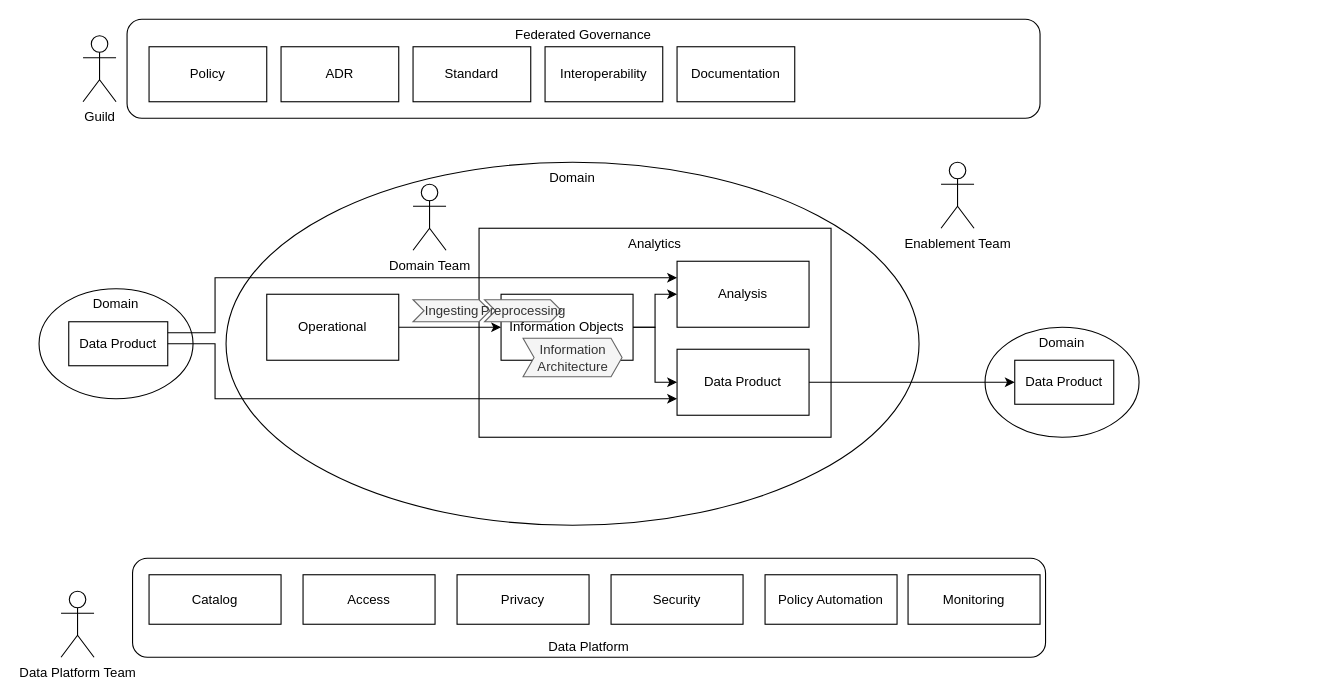
Above: diagrams/datamesharchitecture.drawio in datamesh-architecture/datamesh-architecture.com (draw.io), before the change. Source tidied: cells renumbered, new cells numbered last; positions are measured from the earlier drawing's top-left corner, leaving out a move shared by most shapes. Both pictures are drawn from the tidied source at 110%, with x=0, y=0 at pixel (38, 19).
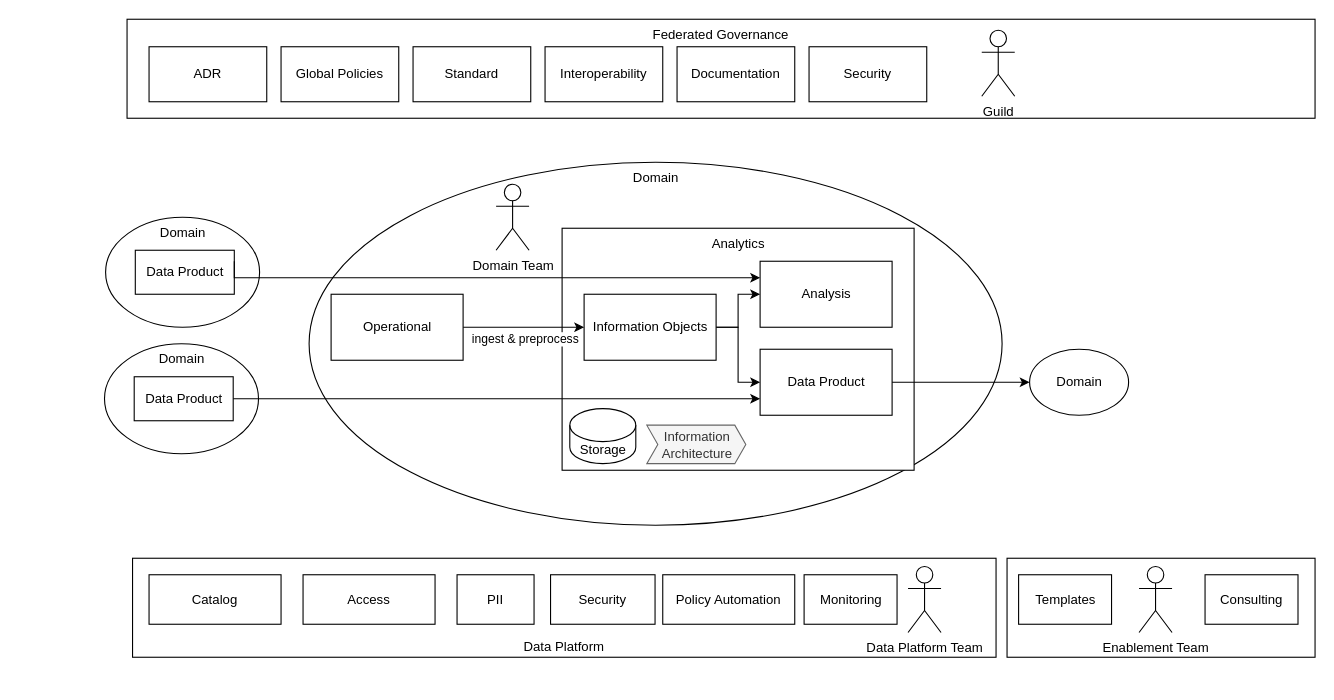
The same diagram, later.

The change refers to these unchanged cells:
```xml
<mxCell id="12" style="edgeStyle=orthogonalEdgeStyle;rounded=0;jettySize=auto;html=1;startArrow=classic;startFill=1;endArrow=none;endFill=0;" parent="1" edge="1" source="13" target="14">
  <mxGeometry relative="1" as="geometry" />
</mxCell>
```

Change to the diagram source:
```diff
@@
+    <mxCell id="38" style="rounded=0;whiteSpace=wrap;html=1;verticalAlign=bottom;" parent="1" vertex="1">
+      <mxGeometry x="880" y="490" width="280" height="90" as="geometry" />
+    </mxCell>
     <mxCell id="2" value="Domain" style="ellipse;whiteSpace=wrap;html=1;verticalAlign=top;" parent="1" vertex="1">
-      <mxGeometry x="170" y="130" width="630" height="330" as="geometry" />
+      <mxGeometry x="245.5" y="130" width="630" height="330" as="geometry" />
     </mxCell>
     <mxCell id="3" value="Analytics" style="rounded=0;whiteSpace=wrap;html=1;verticalAlign=top;" parent="1" vertex="1">
-      <mxGeometry x="400" y="190" width="320" height="190" as="geometry" />
+      <mxGeometry x="475.5" y="190" width="320" height="220" as="geometry" />
     </mxCell>
-    <mxCell id="4" value="Data Platform" style="rounded=1;whiteSpace=wrap;html=1;verticalAlign=bottom;" parent="1" vertex="1">
-      <mxGeometry x="85" y="490" width="830" height="90" as="geometry" />
+    <mxCell id="4" value="Data Platform" style="rounded=0;whiteSpace=wrap;html=1;verticalAlign=bottom;" parent="1" vertex="1">
+      <mxGeometry x="85" y="490" width="785" height="90" as="geometry" />
     </mxCell>
-    <mxCell id="5" value="Federated Governance" style="rounded=1;whiteSpace=wrap;html=1;verticalAlign=top;" parent="1" vertex="1">
-      <mxGeometry x="80" width="830" height="90" as="geometry" />
+    <mxCell id="5" value="Federated Governance" style="rounded=0;whiteSpace=wrap;html=1;verticalAlign=top;" parent="1" vertex="1">
+      <mxGeometry x="80" width="1080" height="90" as="geometry" />
     </mxCell>
     <mxCell id="6" value="Guild" style="shape=umlActor;verticalLabelPosition=bottom;verticalAlign=top;html=1;" parent="1" vertex="1">
-      <mxGeometry x="40" y="15" width="30" height="60" as="geometry" />
+      <mxGeometry x="857" y="10" width="30" height="60" as="geometry" />
     </mxCell>
     <mxCell id="7" value="Domain Team" style="shape=umlActor;verticalLabelPosition=bottom;verticalAlign=top;html=1;" parent="1" vertex="1">
-      <mxGeometry x="340" y="150" width="30" height="60" as="geometry" />
+      <mxGeometry x="415.5" y="150" width="30" height="60" as="geometry" />
     </mxCell>
     <mxCell id="8" value="Data Platform Team" style="shape=umlActor;verticalLabelPosition=bottom;verticalAlign=top;html=1;" parent="1" vertex="1">
-      <mxGeometry x="20" y="520" width="30" height="60" as="geometry" />
+      <mxGeometry x="790" y="497.5" width="30" height="60" as="geometry" />
     </mxCell>
     <mxCell id="9" value="Analysis" style="rounded=0;whiteSpace=wrap;html=1;" parent="1" vertex="1">
-      <mxGeometry x="580" y="220" width="120" height="60" as="geometry" />
+      <mxGeometry x="655.5" y="220" width="120" height="60" as="geometry" />
     </mxCell>
@@
     <mxCell id="11" style="edgeStyle=orthogonalEdgeStyle;rounded=0;jettySize=auto;html=1;entryX=0;entryY=0.5;entryDx=0;entryDy=0;" parent="1" edge="1" source="13" target="16">
       <mxGeometry relative="1" as="geometry">
         <Array as="points">
-          <mxPoint x="560" y="280" />
-          <mxPoint x="560" y="330" />
+          <mxPoint x="635.5" y="280" />
+          <mxPoint x="635.5" y="330" />
         </Array>
       </mxGeometry>
     </mxCell>
@@
+    <mxCell id="39" value="ingest &amp;amp; preprocess" style="edgeLabel;html=1;align=center;verticalAlign=middle;" parent="12" vertex="1">
+      <mxGeometry x="-0.18" y="3" relative="1" as="geometry">
+        <mxPoint x="-9" y="7" as="offset" />
+      </mxGeometry>
+    </mxCell>
     <mxCell id="13" value="Information Objects" style="rounded=0;whiteSpace=wrap;html=1;" parent="1" vertex="1">
-      <mxGeometry x="420" y="250" width="120" height="60" as="geometry" />
+      <mxGeometry x="495.5" y="250" width="120" height="60" as="geometry" />
     </mxCell>
     <mxCell id="14" value="Operational" style="rounded=0;whiteSpace=wrap;html=1;" parent="1" vertex="1">
-      <mxGeometry x="207" y="250" width="120" height="60" as="geometry" />
+      <mxGeometry x="265.5" y="250" width="120" height="60" as="geometry" />
     </mxCell>
-    <mxCell id="15" value="Policy" style="rounded=0;whiteSpace=wrap;html=1;" parent="1" vertex="1">
-      <mxGeometry x="100" y="25" width="107" height="50" as="geometry" />
+    <mxCell id="15" value="Global Policies" style="rounded=0;whiteSpace=wrap;html=1;" parent="1" vertex="1">
+      <mxGeometry x="220" y="25" width="107" height="50" as="geometry" />
     </mxCell>
     <mxCell id="16" value="Data Product" style="rounded=0;whiteSpace=wrap;html=1;" parent="1" vertex="1">
-      <mxGeometry x="580" y="300" width="120" height="60" as="geometry" />
+      <mxGeometry x="655.5" y="300" width="120" height="60" as="geometry" />
     </mxCell>
-    <mxCell id="17" value="Domain" style="ellipse;whiteSpace=wrap;html=1;verticalAlign=top;" parent="1" vertex="1">
-      <mxGeometry x="860" y="280" width="140" height="100" as="geometry" />
+    <mxCell id="17" value="Domain" style="ellipse;whiteSpace=wrap;html=1;verticalAlign=middle;" parent="1" vertex="1">
+      <mxGeometry x="900.5" y="300" width="90" height="60" as="geometry" />
     </mxCell>
-    <mxCell id="18" value="Data Product" style="rounded=0;whiteSpace=wrap;html=1;" parent="1" vertex="1">
-      <mxGeometry x="887" y="310" width="90" height="40" as="geometry" />
-    </mxCell>
-    <mxCell id="19" style="edgeStyle=orthogonalEdgeStyle;rounded=0;jettySize=auto;html=1;exitX=0;exitY=0.5;exitDx=0;exitDy=0;entryX=1;entryY=0.5;entryDx=0;entryDy=0;startArrow=classic;startFill=1;endArrow=none;endFill=0;" parent="1" edge="1" source="18" target="16">
-      <mxGeometry relative="1" as="geometry">
-        <Array as="points">
-          <mxPoint x="860" y="330" />
-          <mxPoint x="860" y="330" />
-        </Array>
-      </mxGeometry>
+    <mxCell id="19" style="rounded=0;jettySize=auto;html=1;entryX=1;entryY=0.5;entryDx=0;entryDy=0;startArrow=classic;startFill=1;endArrow=none;endFill=0;exitX=0;exitY=0.5;exitDx=0;exitDy=0;" parent="1" edge="1" source="17" target="16">
+      <mxGeometry relative="1" as="geometry" />
     </mxCell>
@@
-    <mxCell id="22" value="Privacy" style="rounded=0;whiteSpace=wrap;html=1;" parent="1" vertex="1">
-      <mxGeometry x="380" y="505" width="120" height="45" as="geometry" />
+    <mxCell id="22" value="PII" style="rounded=0;whiteSpace=wrap;html=1;" parent="1" vertex="1">
+      <mxGeometry x="380" y="505" width="70" height="45" as="geometry" />
     </mxCell>
     <mxCell id="23" value="Domain" style="ellipse;whiteSpace=wrap;html=1;verticalAlign=top;" parent="1" vertex="1">
-      <mxGeometry y="245" width="140" height="100" as="geometry" />
+      <mxGeometry x="60.5" y="180" width="140" height="100" as="geometry" />
     </mxCell>
     <mxCell id="24" value="Data Product" style="rounded=0;whiteSpace=wrap;html=1;" parent="1" vertex="1">
-      <mxGeometry x="27" y="275" width="90" height="40" as="geometry" />
+      <mxGeometry x="87.5" y="210" width="90" height="40" as="geometry" />
     </mxCell>
-    <mxCell id="25" style="edgeStyle=orthogonalEdgeStyle;rounded=0;jettySize=auto;html=1;entryX=1;entryY=0.5;entryDx=0;entryDy=0;startArrow=classic;startFill=1;endArrow=none;endFill=0;exitX=0;exitY=0.75;exitDx=0;exitDy=0;" parent="1" edge="1" source="16" target="24">
-      <mxGeometry relative="1" as="geometry">
-        <Array as="points">
-          <mxPoint x="160" y="345" />
-          <mxPoint x="160" y="295" />
-        </Array>
-      </mxGeometry>
-    </mxCell>
     <mxCell id="26" style="edgeStyle=orthogonalEdgeStyle;rounded=0;jettySize=auto;html=1;startArrow=classic;startFill=1;endArrow=none;endFill=0;exitX=0;exitY=0.25;exitDx=0;exitDy=0;entryX=1;entryY=0.25;entryDx=0;entryDy=0;" parent="1" edge="1" source="9" target="24">
       <mxGeometry relative="1" as="geometry">
         <Array as="points">
-          <mxPoint x="160" y="235" />
-          <mxPoint x="160" y="285" />
+          <mxPoint x="177.5" y="235" />
         </Array>
       </mxGeometry>
     </mxCell>
     <mxCell id="27" value="Security" style="rounded=0;whiteSpace=wrap;html=1;" parent="1" vertex="1">
-      <mxGeometry x="520" y="505" width="120" height="45" as="geometry" />
+      <mxGeometry x="465" y="505" width="95" height="45" as="geometry" />
     </mxCell>
     <mxCell id="28" value="Policy Automation" style="rounded=0;whiteSpace=wrap;html=1;" parent="1" vertex="1">
-      <mxGeometry x="660" y="505" width="120" height="45" as="geometry" />
+      <mxGeometry x="567" y="505" width="120" height="45" as="geometry" />
     </mxCell>
     <mxCell id="29" value="Monitoring" style="rounded=0;whiteSpace=wrap;html=1;" parent="1" vertex="1">
-      <mxGeometry x="790" y="505" width="120" height="45" as="geometry" />
+      <mxGeometry x="695.5" y="505" width="84.5" height="45" as="geometry" />
     </mxCell>
-    <mxCell id="30" value="Ingesting" style="html=1;shadow=0;dashed=0;align=center;verticalAlign=middle;shape=mxgraph.arrows2.arrow;dy=0;dx=10;notch=10;fillColor=#f5f5f5;fontColor=#333333;strokeColor=#666666;" parent="1" vertex="1">
-      <mxGeometry x="340" y="255" width="70" height="20" as="geometry" />
-    </mxCell>
     <mxCell id="31" value="Information&lt;br&gt;Architecture" style="html=1;shadow=0;dashed=0;align=center;verticalAlign=middle;shape=mxgraph.arrows2.arrow;dy=0;dx=10;notch=10;fillColor=#f5f5f5;fontColor=#333333;strokeColor=#666666;" parent="1" vertex="1">
-      <mxGeometry x="440" y="290" width="90" height="35" as="geometry" />
+      <mxGeometry x="552.5" y="369" width="90" height="35" as="geometry" />
     </mxCell>
-    <mxCell id="32" value="Preprocessing" style="html=1;shadow=0;dashed=0;align=center;verticalAlign=middle;shape=mxgraph.arrows2.arrow;dy=0;dx=10;notch=10;fillColor=#f5f5f5;fontColor=#333333;strokeColor=#666666;" parent="1" vertex="1">
-      <mxGeometry x="405" y="255" width="70" height="20" as="geometry" />
-    </mxCell>
-    <mxCell id="33" value="Enablement Team" style="shape=umlActor;verticalLabelPosition=bottom;verticalAlign=top;html=1;" parent="1" vertex="1">
-      <mxGeometry x="820" y="130" width="30" height="60" as="geometry" />
-    </mxCell>
     <mxCell id="34" value="ADR" style="rounded=0;whiteSpace=wrap;html=1;" parent="1" vertex="1">
-      <mxGeometry x="220" y="25" width="107" height="50" as="geometry" />
+      <mxGeometry x="100" y="25" width="107" height="50" as="geometry" />
     </mxCell>
@@
+    <mxCell id="40" value="Security" style="rounded=0;whiteSpace=wrap;html=1;" parent="1" vertex="1">
+      <mxGeometry x="700" y="25" width="107" height="50" as="geometry" />
+    </mxCell>
+    <mxCell id="41" value="Storage" style="shape=cylinder3;whiteSpace=wrap;html=1;boundedLbl=1;backgroundOutline=1;size=15;" parent="1" vertex="1">
+      <mxGeometry x="482.5" y="354" width="60" height="50" as="geometry" />
+    </mxCell>
+    <mxCell id="42" value="Domain" style="ellipse;whiteSpace=wrap;html=1;verticalAlign=top;" parent="1" vertex="1">
+      <mxGeometry x="59.5" y="295" width="140" height="100" as="geometry" />
+    </mxCell>
+    <mxCell id="18" value="Data Product" style="rounded=0;whiteSpace=wrap;html=1;" parent="1" vertex="1">
+      <mxGeometry x="86.5" y="325" width="90" height="40" as="geometry" />
+    </mxCell>
+    <mxCell id="25" style="rounded=0;jettySize=auto;html=1;entryX=1;entryY=0.5;entryDx=0;entryDy=0;startArrow=classic;startFill=1;endArrow=none;endFill=0;exitX=0;exitY=0.75;exitDx=0;exitDy=0;" parent="1" edge="1" source="16" target="18">
+      <mxGeometry relative="1" as="geometry" />
+    </mxCell>
+    <mxCell id="33" value="Enablement Team" style="shape=umlActor;verticalLabelPosition=bottom;verticalAlign=top;html=1;" parent="1" vertex="1">
+      <mxGeometry x="1000" y="497.5" width="30" height="60" as="geometry" />
+    </mxCell>
+    <mxCell id="43" value="Templates" style="rounded=0;whiteSpace=wrap;html=1;" parent="1" vertex="1">
+      <mxGeometry x="890.5" y="505" width="84.5" height="45" as="geometry" />
+    </mxCell>
+    <mxCell id="44" value="Consulting" style="rounded=0;whiteSpace=wrap;html=1;" parent="1" vertex="1">
+      <mxGeometry x="1060" y="505" width="84.5" height="45" as="geometry" />
+    </mxCell>
```
